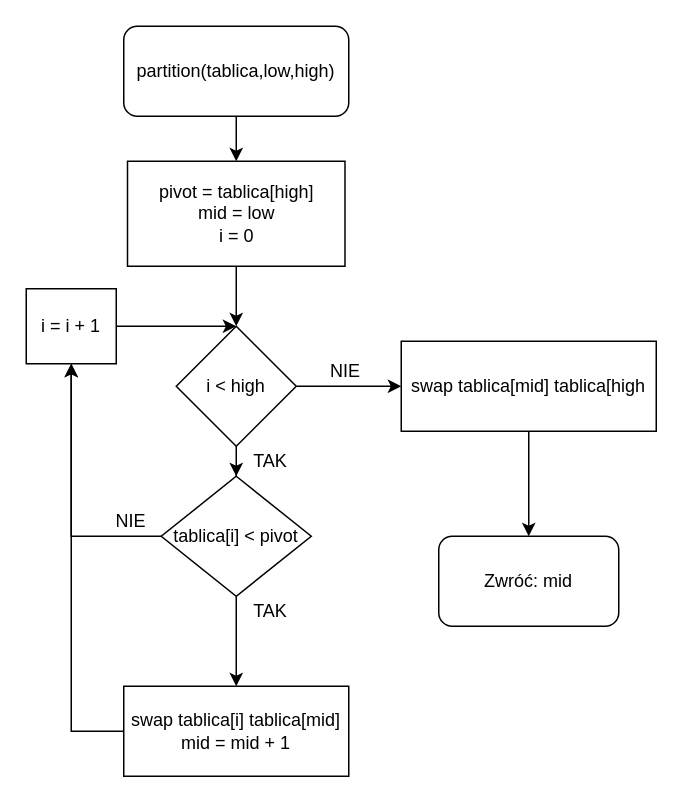
This is Quicksort/Partition.drawio from finloop/pyhon_bubble_and_quicksort, a draw.io file, before an edit. Source tidied: cells renumbered, new cells numbered last; positions are measured from the earlier drawing's top-left corner, leaving out a move shared by most shapes. Both pictures are drawn from the tidied source at 150%, with x=0, y=0 at pixel (26, 26).
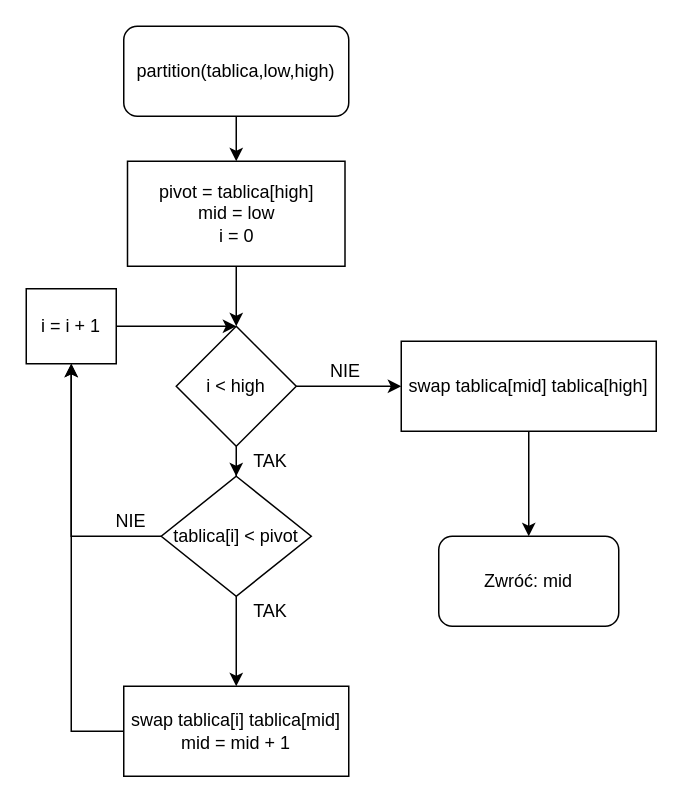
The same diagram, later.

Change to the diagram source:
```diff
@@
-    <mxCell id="18" value="swap tablica[mid] tablica[high" style="rounded=0;whiteSpace=wrap;html=1;" parent="1" vertex="1">
+    <mxCell id="18" value="swap tablica[mid] tablica[high]" style="rounded=0;whiteSpace=wrap;html=1;" parent="1" vertex="1">
       <mxGeometry x="250" y="210" width="170" height="60" as="geometry" />
     </mxCell>
```
